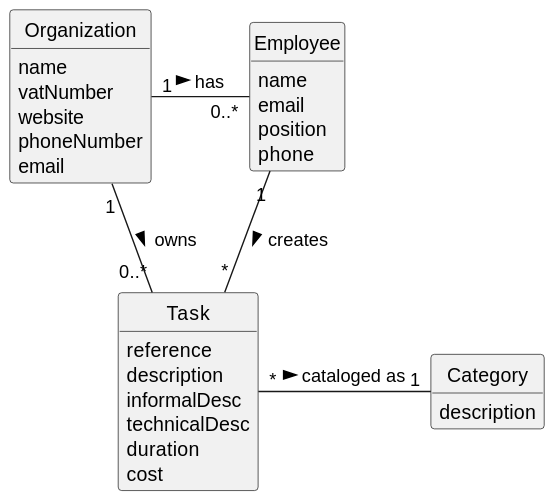
The PlantUML diagram docs/sprintA/us005/02.analysis/svg/us005-domain-model.svg in rita-barbosa/LAPR2-2223, before a commit. Source of this version:
```plantuml
@startuml
skinparam monochrome true
skinparam packageStyle rectangle
skinparam shadowing false


skinparam classAttributeIconSize 0

hide circle
hide methods



class Organization {
    name
    vatNumber
    website
    phoneNumber
    email
}

class Task {
    reference
    description
    informalDesc
    technicalDesc
    duration
    cost
}

class Category {
    description
}

class Employee {
    name
    email
    position
    phone
}


Organization "1" - "0..*" Employee : has >
Organization "1" - "0..*" Task: owns >
Employee "1" -- "*" Task : creates >
Task "*" - "1" Category: cataloged as >
@enduml
```
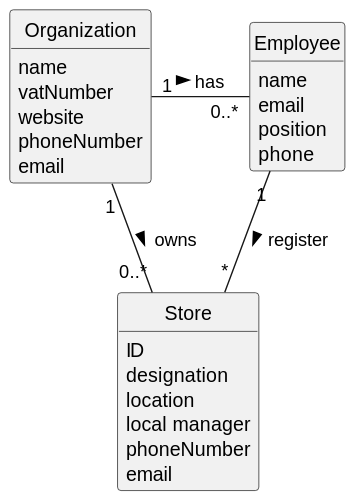
Above is the later version.

Diff of the diagram source:
```diff
@@ -10,7 +10,6 @@
 hide methods
 
 
-
 class Organization {
     name
     vatNumber
@@ -19,17 +18,14 @@
     email
 }
 
-class Task {
-    reference
-    description
-    informalDesc
-    technicalDesc
-    duration
-    cost
-}
+class Store {
+    ID
+    designation
+    location
+    local manager
+    phoneNumber
+    email
 
-class Category {
-    description
 }
 
 class Employee {
@@ -41,7 +37,7 @@
 
 
 Organization "1" - "0..*" Employee : has >
-Organization "1" - "0..*" Task: owns >
-Employee "1" -- "*" Task : creates >
-Task "*" - "1" Category: cataloged as >
+Organization "1" - "0..*" Store: owns >
+Employee "1" -- "*" Store : register >
+
 @enduml
```
